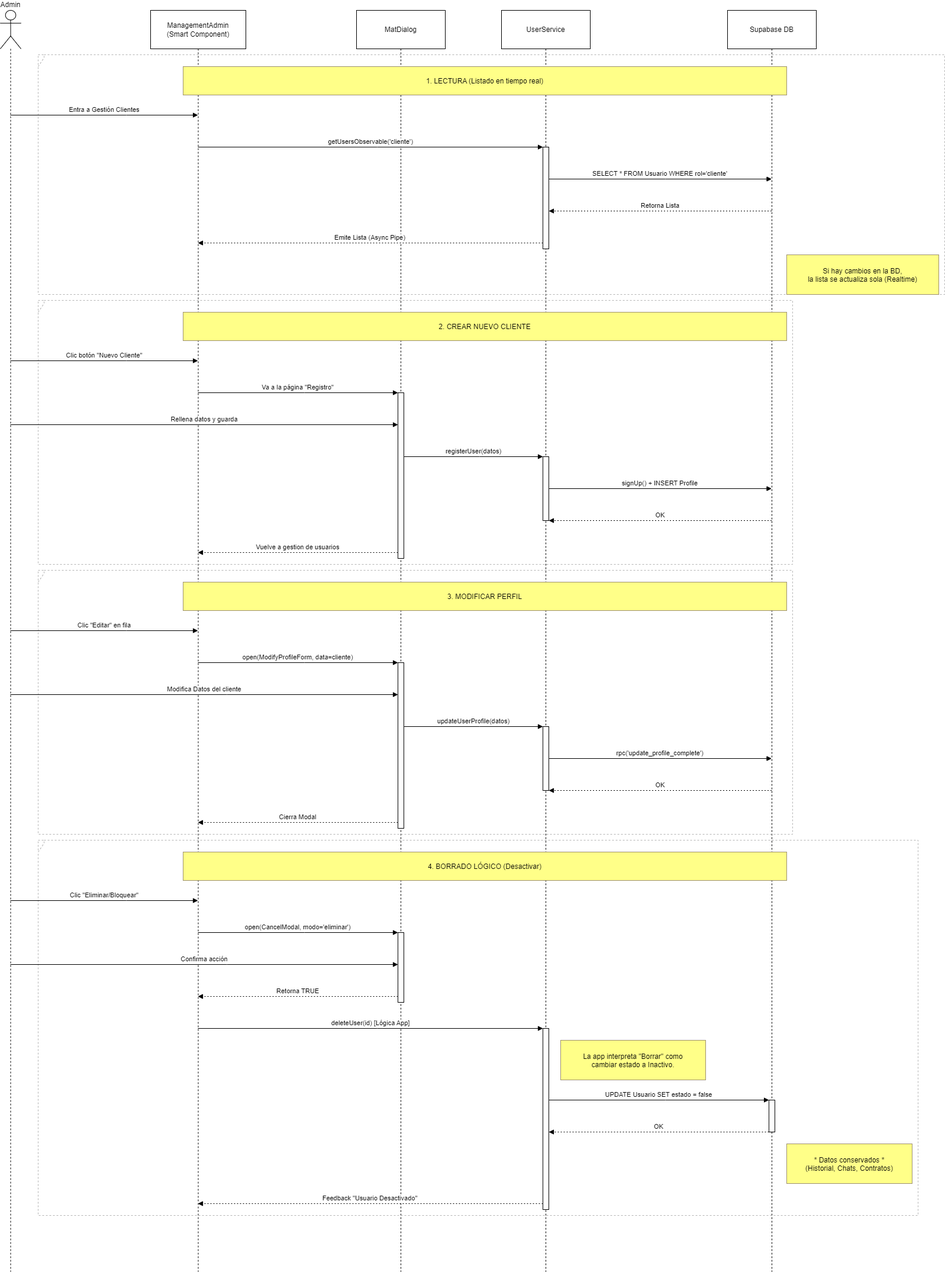
egilp04/TFG_Cuidados keeps this draw.io diagram as docs/diagramas/secuencias/CRUD_clientes.drawio.png. Above is the earlier version. Source tidied: cells renumbered, new cells last; positions are measured from the earlier drawing's top-left corner, leaving out a move shared by most shapes.
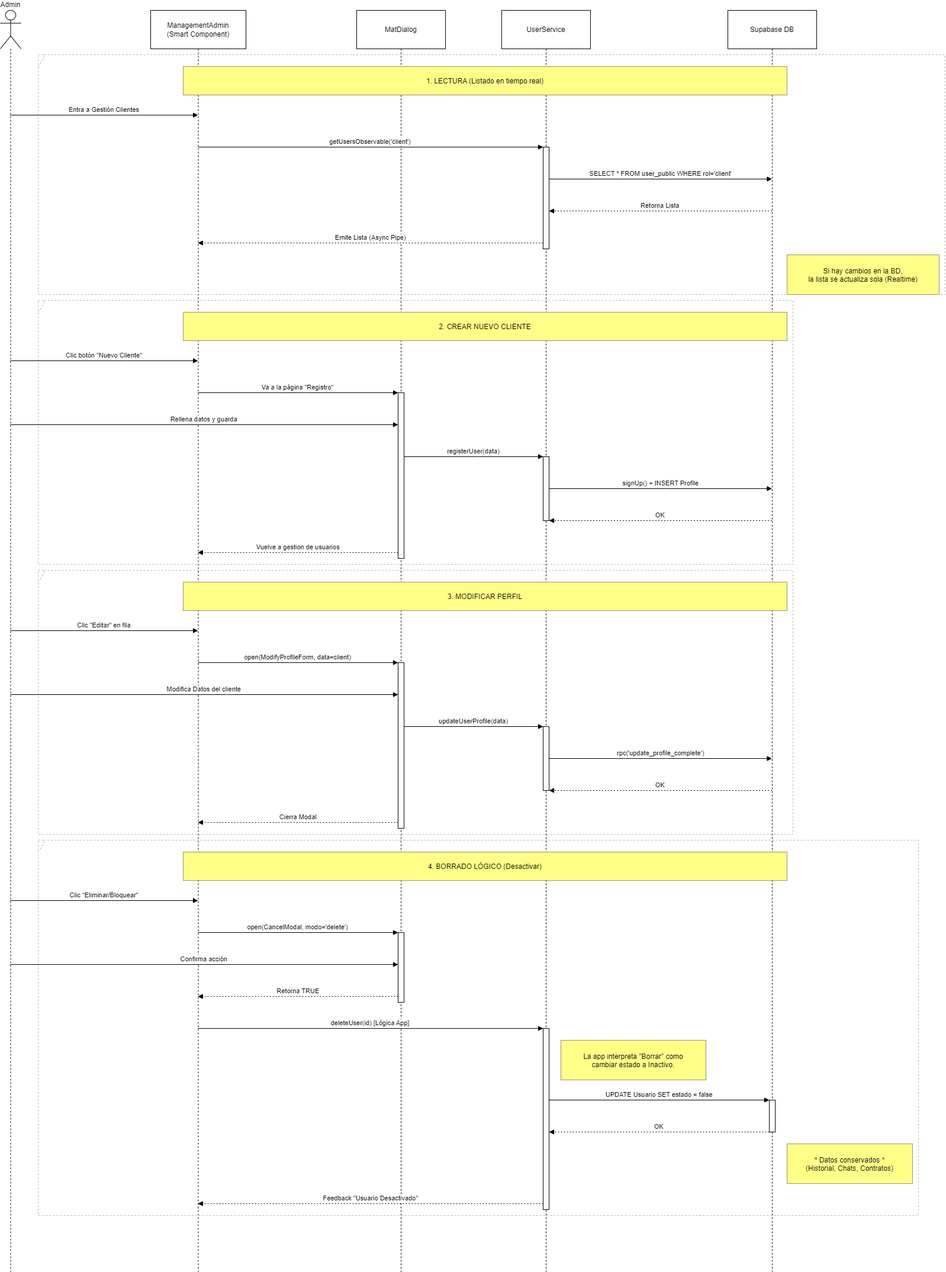
The same file after the commit.

Diff of the diagram source:
```diff
@@ -72,14 +72,14 @@
         </Array>
       </mxGeometry>
     </mxCell>
-    <mxCell id="24" value="getUsersObservable('cliente')" style="verticalAlign=bottom;edgeStyle=elbowEdgeStyle;elbow=vertical;curved=0;rounded=0;endArrow=block;" parent="1" edge="1" source="3" target="9">
+    <mxCell id="24" value="getUsersObservable('client')" style="verticalAlign=bottom;edgeStyle=elbowEdgeStyle;elbow=vertical;curved=0;rounded=0;endArrow=block;" parent="1" edge="1" source="3" target="9">
       <mxGeometry relative="1" as="geometry">
         <Array as="points">
           <mxPoint x="637" y="231" />
         </Array>
       </mxGeometry>
     </mxCell>
-    <mxCell id="25" value="SELECT * FROM Usuario WHERE rol='cliente'" style="verticalAlign=bottom;edgeStyle=elbowEdgeStyle;elbow=vertical;curved=0;rounded=0;endArrow=block;" parent="1" edge="1" source="9" target="13">
+    <mxCell id="25" value="SELECT * FROM user_public WHERE rol='client'" style="verticalAlign=bottom;edgeStyle=elbowEdgeStyle;elbow=vertical;curved=0;rounded=0;endArrow=block;" parent="1" edge="1" source="9" target="13">
       <mxGeometry relative="1" as="geometry">
         <Array as="points">
           <mxPoint x="1124" y="285" />
@@ -121,7 +121,7 @@
         </Array>
       </mxGeometry>
     </mxCell>
-    <mxCell id="31" value="registerUser(datos)" style="verticalAlign=bottom;edgeStyle=elbowEdgeStyle;elbow=vertical;curved=0;rounded=0;endArrow=block;" parent="1" edge="1" source="5" target="10">
+    <mxCell id="31" value="registerUser(data)" style="verticalAlign=bottom;edgeStyle=elbowEdgeStyle;elbow=horizontal;curved=0;rounded=0;endArrow=block;" parent="1" edge="1" source="5" target="10">
       <mxGeometry relative="1" as="geometry">
         <Array as="points">
           <mxPoint x="810" y="754" />
@@ -156,7 +156,7 @@
         </Array>
       </mxGeometry>
     </mxCell>
-    <mxCell id="36" value="open(ModifyProfileForm, data=cliente)" style="verticalAlign=bottom;edgeStyle=elbowEdgeStyle;elbow=vertical;curved=0;rounded=0;endArrow=block;" parent="1" edge="1" source="3" target="6">
+    <mxCell id="36" value="open(ModifyProfileForm, data=client)" style="verticalAlign=bottom;edgeStyle=elbowEdgeStyle;elbow=vertical;curved=0;rounded=0;endArrow=block;" parent="1" edge="1" source="3" target="6">
       <mxGeometry relative="1" as="geometry">
         <Array as="points">
           <mxPoint x="514" y="1102" />
@@ -170,7 +170,7 @@
         </Array>
       </mxGeometry>
     </mxCell>
-    <mxCell id="38" value="updateUserProfile(datos)" style="verticalAlign=bottom;edgeStyle=elbowEdgeStyle;elbow=vertical;curved=0;rounded=0;endArrow=block;" parent="1" edge="1" source="6" target="11">
+    <mxCell id="38" value="updateUserProfile(data)" style="verticalAlign=bottom;edgeStyle=elbowEdgeStyle;elbow=vertical;curved=0;rounded=0;endArrow=block;" parent="1" edge="1" source="6" target="11">
       <mxGeometry relative="1" as="geometry">
         <Array as="points">
           <mxPoint x="810" y="1210" />
@@ -205,7 +205,7 @@
         </Array>
       </mxGeometry>
     </mxCell>
-    <mxCell id="43" value="open(CancelModal, modo='eliminar')" style="verticalAlign=bottom;edgeStyle=elbowEdgeStyle;elbow=vertical;curved=0;rounded=0;endArrow=block;" parent="1" edge="1" source="3" target="7">
+    <mxCell id="43" value="open(CancelModal, modo='delete')" style="verticalAlign=bottom;edgeStyle=elbowEdgeStyle;elbow=vertical;curved=0;rounded=0;endArrow=block;" parent="1" edge="1" source="3" target="7">
       <mxGeometry relative="1" as="geometry">
         <Array as="points">
           <mxPoint x="514" y="1558" />
```
